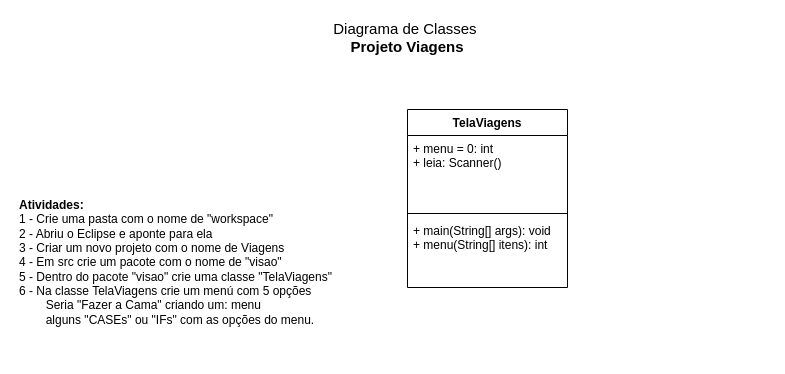
This is 1des/fpoo/Aula/18/projetoViagens.drawio from wellifabio/senai2021, a draw.io file, before an edit. Source tidied: cells renumbered, new cells numbered last; positions are measured from the earlier drawing's top-left corner, leaving out a move shared by most shapes. Both pictures are drawn from the tidied source at 100%, with x=0, y=0 at pixel (17, 17).
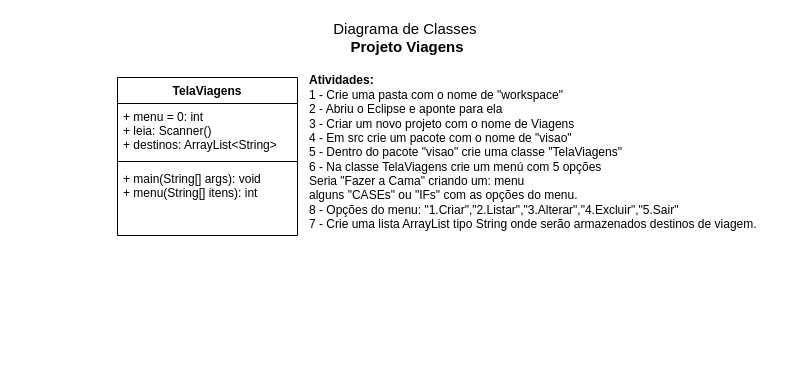
After the change.

Commit message (it also covers changes not shown here):
1des fpoo aula18 Viagens iniciada

Change to the diagram source:
```diff
@@
 <mxGraphModel>
   <root>
     <mxCell id="0" />
     <mxCell id="1" parent="0" />
     <mxCell id="2" value="Diagrama de Classes&amp;nbsp;&lt;br style=&quot;font-size: 15px;&quot;&gt;&lt;b style=&quot;font-size: 15px;&quot;&gt;Projeto Viagens&lt;/b&gt;" style="text;html=1;strokeColor=none;fillColor=none;align=center;verticalAlign=middle;whiteSpace=wrap;rounded=0;fontSize=15;" parent="1" vertex="1">
       <mxGeometry x="270" width="240" height="40" as="geometry" />
     </mxCell>
-    <mxCell id="3" value="&lt;b&gt;Atividades:&lt;/b&gt;&lt;br style=&quot;font-size: 12px&quot;&gt;1 - Crie uma pasta com o nome de &quot;workspace&quot;&lt;br&gt;2 - Abriu o Eclipse e aponte para ela&lt;br&gt;3 - Criar um novo projeto com o nome de Viagens&lt;br&gt;4 - Em src crie um pacote com o nome de &quot;visao&quot;&lt;br&gt;5 - Dentro do pacote &quot;visao&quot; crie uma classe &quot;TelaViagens&quot;&lt;br&gt;6 - Na classe TelaViagens crie um menú com 5 opções&lt;br&gt;&lt;span style=&quot;white-space: pre&quot;&gt;&#9;&lt;/span&gt;Seria &quot;Fazer a Cama&quot; criando um:&amp;nbsp;menu&lt;br&gt;&lt;span&gt;&#9;&lt;/span&gt;&lt;span style=&quot;white-space: pre&quot;&gt;&#9;&lt;/span&gt;alguns &quot;CASEs&quot; ou &quot;IFs&quot; com as opções do menu." style="text;html=1;strokeColor=none;fillColor=none;align=left;verticalAlign=middle;whiteSpace=wrap;rounded=0;fontSize=12;" parent="1" vertex="1">
-      <mxGeometry y="150" width="340" height="190" as="geometry" />
+    <mxCell id="3" value="&lt;b&gt;Atividades:&lt;br&gt;&lt;/b&gt;&lt;div&gt;1 - Crie uma pasta com o nome de &quot;workspace&quot;&lt;/div&gt;&lt;div&gt;2 - Abriu o Eclipse e aponte para ela&lt;/div&gt;&lt;div&gt;3 - Criar um novo projeto com o nome de Viagens&lt;/div&gt;&lt;div&gt;4 - Em src crie um pacote com o nome de &quot;visao&quot;&lt;/div&gt;&lt;div&gt;5 - Dentro do pacote &quot;visao&quot; crie uma classe &quot;TelaViagens&quot;&lt;/div&gt;&lt;div&gt;6 - Na classe TelaViagens crie um menú com 5 opções&lt;/div&gt;&lt;div&gt;&lt;span&gt;&#9;&lt;/span&gt;Seria &quot;Fazer a Cama&quot; criando um: menu&lt;/div&gt;&lt;div&gt;&lt;span&gt;&#9;&lt;/span&gt;alguns &quot;CASEs&quot; ou &quot;IFs&quot; com as opções do menu.&lt;/div&gt;&lt;div&gt;8 - Opções do menu: &quot;1.Criar&quot;,&quot;2.Listar&quot;,&quot;3.Alterar&quot;,&quot;4.Excluir&quot;,&quot;5.Sair&quot;&lt;/div&gt;&lt;div&gt;7 - Crie uma lista ArrayList tipo String onde serão armazenados destinos de viagem.&lt;/div&gt;" style="text;html=1;strokeColor=none;fillColor=none;align=left;verticalAlign=middle;whiteSpace=wrap;rounded=0;fontSize=12;" parent="1" vertex="1">
+      <mxGeometry x="290" y="52" width="460" height="166" as="geometry" />
     </mxCell>
     <mxCell id="4" value="TelaViagens" style="swimlane;fontStyle=1;align=center;verticalAlign=top;horizontal=1;startSize=26;fontSize=12;" parent="1" vertex="1">
-      <mxGeometry x="390" y="92" width="160" height="178" as="geometry" />
+      <mxGeometry x="100" y="60" width="180" height="158" as="geometry" />
     </mxCell>
-    <mxCell id="5" value="+ menu = 0: int&#10;+ leia: Scanner()" style="text;strokeColor=none;fillColor=none;align=left;verticalAlign=top;spacingLeft=4;spacingRight=4;overflow=hidden;" parent="4" vertex="1">
-      <mxGeometry y="26" width="160" height="74" as="geometry" />
+    <mxCell id="5" value="+ menu = 0: int&#10;+ leia: Scanner()&#10;+ destinos: ArrayList&lt;String&gt;" style="text;strokeColor=none;fillColor=none;align=left;verticalAlign=top;spacingLeft=4;spacingRight=4;overflow=hidden;" parent="4" vertex="1">
+      <mxGeometry y="26" width="180" height="54" as="geometry" />
     </mxCell>
     <mxCell id="6" style="line;strokeWidth=1;fillColor=none;align=left;verticalAlign=middle;spacingTop=-1;spacingLeft=3;spacingRight=3;labelPosition=right;" parent="4" vertex="1">
-      <mxGeometry y="100" width="160" height="8" as="geometry" />
+      <mxGeometry y="80" width="180" height="8" as="geometry" />
     </mxCell>
     <mxCell id="7" value="+ main(String[] args): void&#10;+ menu(String[] itens): int" style="text;strokeColor=none;fillColor=none;align=left;verticalAlign=top;spacingLeft=4;spacingRight=4;overflow=hidden;" parent="4" vertex="1">
-      <mxGeometry y="108" width="160" height="70" as="geometry" />
+      <mxGeometry y="88" width="180" height="70" as="geometry" />
     </mxCell>
   </root>
 </mxGraphModel>
```
